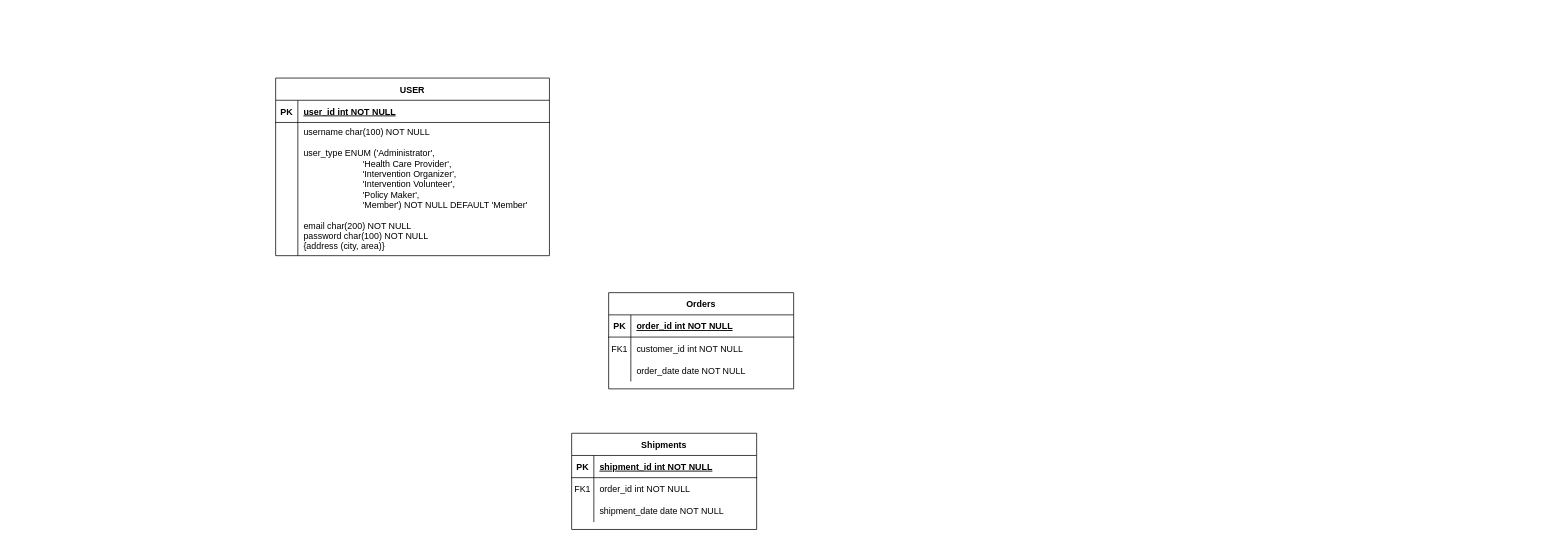
BloodRiver/public-health-interventions keeps this draw.io diagram as EERD.drawio. Above is the earlier version. Source tidied: cells renumbered, new cells numbered last; positions are measured from the earlier drawing's top-left corner, leaving out a move shared by most shapes. Both pictures are drawn from the tidied source at 74%, with x=0, y=0 at pixel (275, 78).
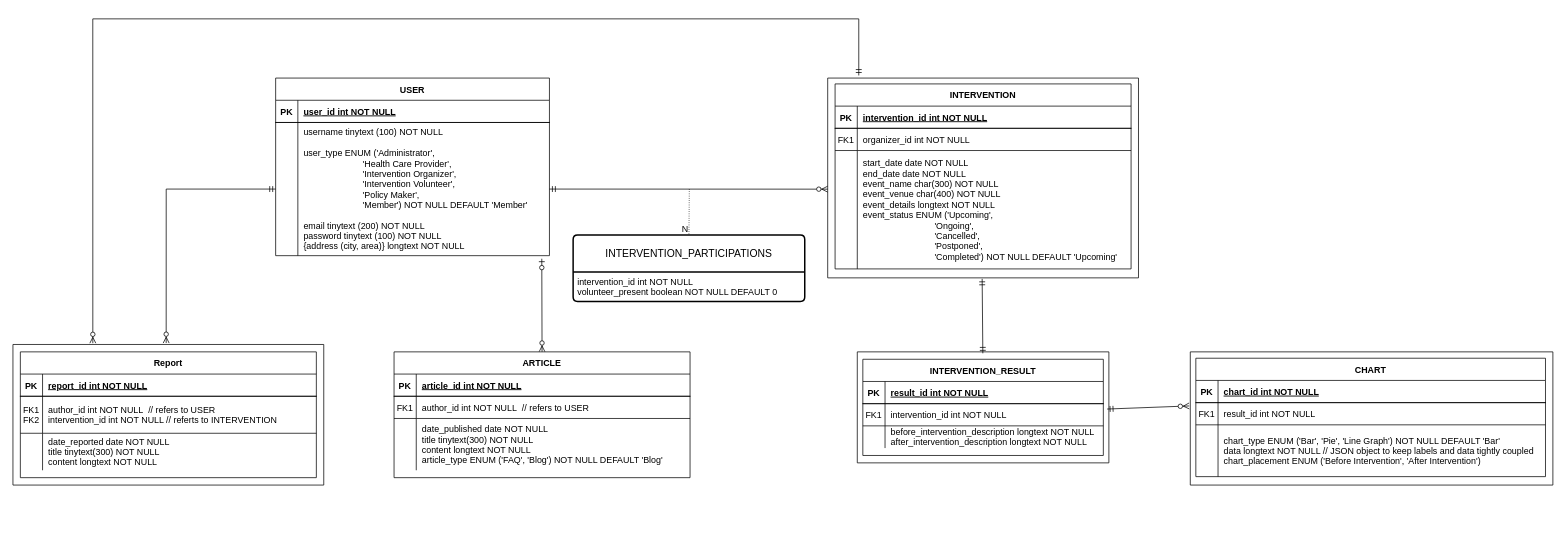
After the change.

What changed in the source:
```diff
@@
+    <mxCell id="22" value="USER" style="shape=table;startSize=30;childLayout=tableLayout;rowLines=1;fontStyle=1;align=center;" parent="1" vertex="1">
+      <mxGeometry width="370" height="240" as="geometry" />
+    </mxCell>
+    <mxCell id="23" style="shape=partialRectangle;fillColor=none;top=0;left=0;right=0;bottom=1;" parent="22" vertex="1">
+      <mxGeometry y="30" width="370" height="30" as="geometry" />
+    </mxCell>
+    <mxCell id="24" value="PK" style="shape=partialRectangle;overflow=hidden;fillColor=none;top=0;left=0;bottom=0;right=0;fontStyle=1;" parent="23" vertex="1">
+      <mxGeometry width="30" height="30" as="geometry" />
+    </mxCell>
+    <mxCell id="25" value="user_id int NOT NULL " style="shape=partialRectangle;overflow=hidden;fillColor=none;top=0;left=0;bottom=0;right=0;align=left;spacingLeft=6;fontStyle=5;" parent="23" vertex="1">
+      <mxGeometry x="30" width="340" height="30" as="geometry" />
+    </mxCell>
+    <mxCell id="26" style="shape=partialRectangle;fillColor=none;points=[[0,0.5],[1,0.5]];portConstraint=eastwest;top=0;left=0;right=0;bottom=0;" parent="22" vertex="1">
+      <mxGeometry y="60" width="370" height="180" as="geometry" />
+    </mxCell>
+    <mxCell id="27" style="shape=partialRectangle;overflow=hidden;fillColor=none;top=0;left=0;bottom=0;right=0;" parent="26" vertex="1">
+      <mxGeometry width="30" height="180" as="geometry" />
+    </mxCell>
+    <mxCell id="28" value="username tinytext (100) NOT NULL&#10;&#10;user_type ENUM ('Administrator',&#10;                        'Health Care Provider',&#10;                        'Intervention Organizer',&#10;                        'Intervention Volunteer',&#10;                        'Policy Maker',&#10;                        'Member') NOT NULL DEFAULT 'Member'&#10;&#10;email tinytext (200) NOT NULL&#10;password tinytext (100) NOT NULL&#10;{address (city, area)} longtext NOT NULL" style="shape=partialRectangle;overflow=hidden;fillColor=none;top=0;left=0;bottom=0;right=0;align=left;spacingLeft=6;" parent="26" vertex="1">
+      <mxGeometry x="30" width="340" height="180" as="geometry" />
+    </mxCell>
+    <mxCell id="29" style="fontSize=12;html=1;endArrow=ERmandOne;startArrow=ERmandOne;rounded=0;entryX=0.497;entryY=1.005;entryDx=0;entryDy=0;entryPerimeter=0;exitX=0.499;exitY=0.013;exitDx=0;exitDy=0;exitPerimeter=0;" parent="1" edge="1" source="34" target="32">
+      <mxGeometry relative="1" as="geometry" />
+    </mxCell>
+    <mxCell id="30" style="fontSize=12;html=1;endArrow=ERzeroToMany;startArrow=ERmandOne;rounded=0;exitX=1;exitY=0.5;exitDx=0;exitDy=0;entryX=0;entryY=0.556;entryDx=0;entryDy=0;entryPerimeter=0;" parent="1" edge="1" source="26" target="32">
+      <mxGeometry relative="1" as="geometry" />
+    </mxCell>
+    <mxCell id="31" style="group;" parent="1" vertex="1">
+      <mxGeometry x="746" width="420" height="270" as="geometry" />
+    </mxCell>
+    <mxCell id="32" style="verticalLabelPosition=bottom;verticalAlign=top;html=1;shape=mxgraph.basic.rect;fillColor2=none;strokeWidth=1;size=20;indent=5;fillColor=none;" parent="31" vertex="1">
+      <mxGeometry width="420" height="270" as="geometry" />
+    </mxCell>
-    <mxCell id="2" value="Orders" style="shape=table;startSize=30;childLayout=tableLayout;rowLines=0;fontStyle=1;align=center;" parent="1" vertex="1">
-      <mxGeometry x="450" y="290" width="250" height="130" as="geometry" />
+    <mxCell id="2" value="INTERVENTION" style="shape=table;startSize=30;childLayout=tableLayout;rowLines=1;fontStyle=1;align=center;strokeColor=default;noLabel=0;" parent="31" vertex="1">
+      <mxGeometry x="10" y="7.9" width="400" height="250" as="geometry" />
     </mxCell>
     <mxCell id="3" style="shape=partialRectangle;fillColor=none;top=0;left=0;right=0;bottom=1;" parent="2" vertex="1">
-      <mxGeometry y="30" width="250" height="30" as="geometry" />
+      <mxGeometry y="30" width="400" height="30" as="geometry" />
     </mxCell>
@@
-    <mxCell id="5" value="order_id int NOT NULL " style="shape=partialRectangle;overflow=hidden;fillColor=none;top=0;left=0;bottom=0;right=0;align=left;spacingLeft=6;fontStyle=5;" parent="3" vertex="1">
-      <mxGeometry x="30" width="220" height="30" as="geometry" />
+    <mxCell id="5" value="intervention_id int NOT NULL " style="shape=partialRectangle;overflow=hidden;fillColor=none;top=0;left=0;bottom=0;right=0;align=left;spacingLeft=6;fontStyle=5;" parent="3" vertex="1">
+      <mxGeometry x="30" width="370" height="30" as="geometry" />
     </mxCell>
     <mxCell id="6" style="shape=partialRectangle;fillColor=none;top=0;left=0;right=0;bottom=0;" parent="2" vertex="1">
-      <mxGeometry y="60" width="250" height="30" as="geometry" />
+      <mxGeometry y="60" width="400" height="30" as="geometry" />
     </mxCell>
@@
-    <mxCell id="8" value="customer_id int NOT NULL" style="shape=partialRectangle;overflow=hidden;fillColor=none;top=0;left=0;bottom=0;right=0;align=left;spacingLeft=6;" parent="6" vertex="1">
-      <mxGeometry x="30" width="220" height="30" as="geometry" />
+    <mxCell id="8" value="organizer_id int NOT NULL" style="shape=partialRectangle;overflow=hidden;fillColor=none;top=0;left=0;bottom=0;right=0;align=left;spacingLeft=6;" parent="6" vertex="1">
+      <mxGeometry x="30" width="370" height="30" as="geometry" />
     </mxCell>
     <mxCell id="9" style="shape=partialRectangle;fillColor=none;top=0;left=0;right=0;bottom=0;" parent="2" vertex="1">
-      <mxGeometry y="90" width="250" height="30" as="geometry" />
+      <mxGeometry y="90" width="400" height="160" as="geometry" />
     </mxCell>
     <mxCell id="10" style="shape=partialRectangle;overflow=hidden;fillColor=none;top=0;left=0;bottom=0;right=0;" parent="9" vertex="1">
-      <mxGeometry width="30" height="30" as="geometry" />
+      <mxGeometry width="30" height="160" as="geometry" />
     </mxCell>
-    <mxCell id="11" value="order_date date NOT NULL" style="shape=partialRectangle;overflow=hidden;fillColor=none;top=0;left=0;bottom=0;right=0;align=left;spacingLeft=6;" parent="9" vertex="1">
-      <mxGeometry x="30" width="220" height="30" as="geometry" />
+    <mxCell id="11" value="start_date date NOT NULL&#10;end_date date NOT NULL&#10;event_name char(300) NOT NULL&#10;event_venue char(400) NOT NULL&#10;event_details longtext NOT NULL&#10;event_status ENUM ('Upcoming',&#10;                             'Ongoing',&#10;                             'Cancelled',&#10;                             'Postponed',&#10;                             'Completed') NOT NULL DEFAULT 'Upcoming'" style="shape=partialRectangle;overflow=hidden;fillColor=none;top=0;left=0;bottom=0;right=0;align=left;spacingLeft=6;" parent="9" vertex="1">
+      <mxGeometry x="30" width="370" height="160" as="geometry" />
     </mxCell>
+    <mxCell id="33" style="group;" parent="1" vertex="1">
+      <mxGeometry x="786" y="370" width="340" height="150" as="geometry" />
+    </mxCell>
+    <mxCell id="34" style="verticalLabelPosition=bottom;verticalAlign=top;html=1;shape=mxgraph.basic.rect;fillColor2=none;strokeWidth=1;size=20;indent=5;fillColor=none;" parent="33" vertex="1">
+      <mxGeometry width="340" height="150" as="geometry" />
+    </mxCell>
-    <mxCell id="12" value="Shipments" style="shape=table;startSize=30;childLayout=tableLayout;rowLines=0;fontStyle=1;align=center;" parent="1" vertex="1">
-      <mxGeometry x="400" y="480" width="250" height="130" as="geometry" />
+    <mxCell id="12" value="INTERVENTION_RESULT" style="shape=table;startSize=30;childLayout=tableLayout;rowLines=1;fontStyle=1;align=center;" parent="33" vertex="1">
+      <mxGeometry x="7.5" y="10" width="325" height="130" as="geometry" />
     </mxCell>
     <mxCell id="13" style="shape=partialRectangle;fillColor=none;top=0;left=0;right=0;bottom=1;" parent="12" vertex="1">
-      <mxGeometry y="30" width="250" height="30" as="geometry" />
+      <mxGeometry y="30" width="325" height="30" as="geometry" />
     </mxCell>
@@
-    <mxCell id="15" value="shipment_id int NOT NULL " style="shape=partialRectangle;overflow=hidden;fillColor=none;top=0;left=0;bottom=0;right=0;align=left;spacingLeft=6;fontStyle=5;" parent="13" vertex="1">
-      <mxGeometry x="30" width="220" height="30" as="geometry" />
+    <mxCell id="15" value="result_id int NOT NULL " style="shape=partialRectangle;overflow=hidden;fillColor=none;top=0;left=0;bottom=0;right=0;align=left;spacingLeft=6;fontStyle=5;" parent="13" vertex="1">
+      <mxGeometry x="30" width="295" height="30" as="geometry" />
     </mxCell>
     <mxCell id="16" style="shape=partialRectangle;fillColor=none;top=0;left=0;right=0;bottom=0;" parent="12" vertex="1">
-      <mxGeometry y="60" width="250" height="30" as="geometry" />
+      <mxGeometry y="60" width="325" height="30" as="geometry" />
     </mxCell>
@@
-    <mxCell id="18" value="order_id int NOT NULL" style="shape=partialRectangle;overflow=hidden;fillColor=none;top=0;left=0;bottom=0;right=0;align=left;spacingLeft=6;" parent="16" vertex="1">
-      <mxGeometry x="30" width="220" height="30" as="geometry" />
+    <mxCell id="18" value="intervention_id int NOT NULL" style="shape=partialRectangle;overflow=hidden;fillColor=none;top=0;left=0;bottom=0;right=0;align=left;spacingLeft=6;" parent="16" vertex="1">
+      <mxGeometry x="30" width="295" height="30" as="geometry" />
     </mxCell>
     <mxCell id="19" style="shape=partialRectangle;fillColor=none;top=0;left=0;right=0;bottom=0;" parent="12" vertex="1">
-      <mxGeometry y="90" width="250" height="30" as="geometry" />
+      <mxGeometry y="90" width="325" height="30" as="geometry" />
     </mxCell>
@@
-    <mxCell id="21" value="shipment_date date NOT NULL" style="shape=partialRectangle;overflow=hidden;fillColor=none;top=0;left=0;bottom=0;right=0;align=left;spacingLeft=6;" parent="19" vertex="1">
-      <mxGeometry x="30" width="220" height="30" as="geometry" />
+    <mxCell id="21" value="before_intervention_description longtext NOT NULL&#10;after_intervention_description longtext NOT NULL" style="shape=partialRectangle;overflow=hidden;fillColor=none;top=0;left=0;bottom=0;right=0;align=left;spacingLeft=6;" parent="19" vertex="1">
+      <mxGeometry x="30" width="295" height="30" as="geometry" />
     </mxCell>
-    <mxCell id="22" value="USER" style="shape=table;startSize=30;childLayout=tableLayout;rowLines=0;fontStyle=1;align=center;" parent="1" vertex="1">
-      <mxGeometry width="370" height="240" as="geometry" />
-    </mxCell>
-    <mxCell id="23" style="shape=partialRectangle;fillColor=none;top=0;left=0;right=0;bottom=1;" parent="22" vertex="1">
-      <mxGeometry y="30" width="370" height="30" as="geometry" />
-    </mxCell>
-    <mxCell id="24" value="PK" style="shape=partialRectangle;overflow=hidden;fillColor=none;top=0;left=0;bottom=0;right=0;fontStyle=1;" parent="23" vertex="1">
-      <mxGeometry width="30" height="30" as="geometry" />
-    </mxCell>
-    <mxCell id="25" value="user_id int NOT NULL " style="shape=partialRectangle;overflow=hidden;fillColor=none;top=0;left=0;bottom=0;right=0;align=left;spacingLeft=6;fontStyle=5;" parent="23" vertex="1">
-      <mxGeometry x="30" width="340" height="30" as="geometry" />
-    </mxCell>
-    <mxCell id="26" style="shape=partialRectangle;fillColor=none;points=[[0,0.5],[1,0.5]];portConstraint=eastwest;top=0;left=0;right=0;bottom=0;" parent="22" vertex="1">
-      <mxGeometry y="60" width="370" height="180" as="geometry" />
-    </mxCell>
-    <mxCell id="27" style="shape=partialRectangle;overflow=hidden;fillColor=none;top=0;left=0;bottom=0;right=0;" parent="26" vertex="1">
-      <mxGeometry width="30" height="180" as="geometry" />
-    </mxCell>
-    <mxCell id="28" value="username char(100) NOT NULL&#10;&#10;user_type ENUM ('Administrator',&#10;                        'Health Care Provider',&#10;                        'Intervention Organizer',&#10;                        'Intervention Volunteer',&#10;                        'Policy Maker',&#10;                        'Member') NOT NULL DEFAULT 'Member'&#10;&#10;email char(200) NOT NULL&#10;password char(100) NOT NULL&#10;{address (city, area)}" style="shape=partialRectangle;overflow=hidden;fillColor=none;top=0;left=0;bottom=0;right=0;align=left;spacingLeft=6;" parent="26" vertex="1">
-      <mxGeometry x="30" width="340" height="180" as="geometry" />
-    </mxCell>
+    <mxCell id="35" style="group;" parent="1" vertex="1">
+      <mxGeometry x="1236" y="370" width="490" height="180" as="geometry" />
+    </mxCell>
+    <mxCell id="36" style="verticalLabelPosition=bottom;verticalAlign=top;html=1;shape=mxgraph.basic.rect;fillColor2=none;strokeWidth=1;size=20;indent=5;fillColor=none;" parent="35" vertex="1">
+      <mxGeometry width="490" height="180" as="geometry" />
+    </mxCell>
+    <mxCell id="37" value="CHART" style="shape=table;startSize=30;childLayout=tableLayout;rowLines=1;fontStyle=1;align=center;" parent="35" vertex="1">
+      <mxGeometry x="7.5" y="8.6" width="472.5" height="160" as="geometry" />
+    </mxCell>
+    <mxCell id="38" style="shape=partialRectangle;fillColor=none;top=0;left=0;right=0;bottom=1;" parent="37" vertex="1">
+      <mxGeometry y="30" width="472.5" height="30" as="geometry" />
+    </mxCell>
+    <mxCell id="39" value="PK" style="shape=partialRectangle;overflow=hidden;fillColor=none;top=0;left=0;bottom=0;right=0;fontStyle=1;" parent="38" vertex="1">
+      <mxGeometry width="30" height="30" as="geometry" />
+    </mxCell>
+    <mxCell id="40" value="chart_id int NOT NULL " style="shape=partialRectangle;overflow=hidden;fillColor=none;top=0;left=0;bottom=0;right=0;align=left;spacingLeft=6;fontStyle=5;" parent="38" vertex="1">
+      <mxGeometry x="30" width="442.5" height="30" as="geometry" />
+    </mxCell>
+    <mxCell id="41" style="shape=partialRectangle;fillColor=none;top=0;left=0;right=0;bottom=0;" parent="37" vertex="1">
+      <mxGeometry y="60" width="472.5" height="30" as="geometry" />
+    </mxCell>
+    <mxCell id="42" value="FK1" style="shape=partialRectangle;overflow=hidden;fillColor=none;top=0;left=0;bottom=0;right=0;" parent="41" vertex="1">
+      <mxGeometry width="30" height="30" as="geometry" />
+    </mxCell>
+    <mxCell id="43" value="result_id int NOT NULL" style="shape=partialRectangle;overflow=hidden;fillColor=none;top=0;left=0;bottom=0;right=0;align=left;spacingLeft=6;" parent="41" vertex="1">
+      <mxGeometry x="30" width="442.5" height="30" as="geometry" />
+    </mxCell>
+    <mxCell id="44" style="shape=partialRectangle;fillColor=none;top=0;left=0;right=0;bottom=0;" parent="37" vertex="1">
+      <mxGeometry y="90" width="472.5" height="70" as="geometry" />
+    </mxCell>
+    <mxCell id="45" style="shape=partialRectangle;overflow=hidden;fillColor=none;top=0;left=0;bottom=0;right=0;" parent="44" vertex="1">
+      <mxGeometry width="30" height="70" as="geometry" />
+    </mxCell>
+    <mxCell id="46" value="chart_type ENUM ('Bar', 'Pie', 'Line Graph') NOT NULL DEFAULT 'Bar'&#10;data longtext NOT NULL // JSON object to keep labels and data tightly coupled&#10;chart_placement ENUM ('Before Intervention', 'After Intervention')" style="shape=partialRectangle;overflow=hidden;fillColor=none;top=0;left=0;bottom=0;right=0;align=left;spacingLeft=6;" parent="44" vertex="1">
+      <mxGeometry x="30" width="442.5" height="70" as="geometry" />
+    </mxCell>
+    <mxCell id="47" style="fontSize=12;html=1;endArrow=ERzeroToMany;startArrow=ERmandOne;rounded=0;exitX=0.993;exitY=0.515;exitDx=0;exitDy=0;exitPerimeter=0;entryX=-0.003;entryY=0.406;entryDx=0;entryDy=0;entryPerimeter=0;" parent="1" edge="1" source="34" target="36">
+      <mxGeometry relative="1" as="geometry" />
+    </mxCell>
+    <mxCell id="48" value="INTERVENTION_PARTICIPATIONS" style="swimlane;horizontal=1;startSize=50;rounded=1;fontSize=14;fontStyle=0;strokeWidth=2;shadow=0;dashed=0;align=center;arcSize=4;whiteSpace=wrap;html=1;" parent="1" vertex="1">
+      <mxGeometry x="402" y="212" width="313" height="90" as="geometry" />
+    </mxCell>
+    <mxCell id="49" value="intervention_id int NOT NULL&lt;div&gt;volunteer_present boolean NOT NULL DEFAULT 0&lt;/div&gt;" style="align=left;strokeColor=none;fillColor=none;spacingLeft=4;fontSize=12;verticalAlign=top;html=1;" parent="48" vertex="1">
+      <mxGeometry y="50" width="313" height="40" as="geometry" />
+    </mxCell>
+    <mxCell id="50" style="endArrow=none;html=1;rounded=0;dashed=1;dashPattern=1 2;entryX=0.5;entryY=0;entryDx=0;entryDy=0;" parent="1" edge="1" target="48">
+      <mxGeometry relative="1" as="geometry">
+        <mxPoint x="559" y="150" as="sourcePoint" />
+      </mxGeometry>
+    </mxCell>
+    <mxCell id="51" value="N" style="html=1;whiteSpace=wrap;align=right;verticalAlign=bottom;" parent="50" vertex="1">
+      <mxGeometry x="1" relative="1" as="geometry" />
+    </mxCell>
+    <mxCell id="52" style="fontSize=12;html=1;endArrow=ERzeroToMany;startArrow=ERzeroToOne;rounded=0;entryX=0.5;entryY=0;entryDx=0;entryDy=0;exitX=0.972;exitY=1.023;exitDx=0;exitDy=0;exitPerimeter=0;" parent="1" edge="1" source="26" target="53">
+      <mxGeometry relative="1" as="geometry" />
+    </mxCell>
+    <mxCell id="53" value="ARTICLE" style="shape=table;startSize=30;childLayout=tableLayout;rowLines=1;fontStyle=1;align=center;strokeColor=default;noLabel=0;" parent="1" vertex="1">
+      <mxGeometry x="160" y="370" width="400" height="170" as="geometry" />
+    </mxCell>
+    <mxCell id="54" style="shape=partialRectangle;fillColor=none;top=0;left=0;right=0;bottom=1;" parent="53" vertex="1">
+      <mxGeometry y="30" width="400" height="30" as="geometry" />
+    </mxCell>
+    <mxCell id="55" value="PK" style="shape=partialRectangle;overflow=hidden;fillColor=none;top=0;left=0;bottom=0;right=0;fontStyle=1;" parent="54" vertex="1">
+      <mxGeometry width="30" height="30" as="geometry" />
+    </mxCell>
+    <mxCell id="56" value="article_id int NOT NULL " style="shape=partialRectangle;overflow=hidden;fillColor=none;top=0;left=0;bottom=0;right=0;align=left;spacingLeft=6;fontStyle=5;" parent="54" vertex="1">
+      <mxGeometry x="30" width="370" height="30" as="geometry" />
+    </mxCell>
+    <mxCell id="57" style="shape=partialRectangle;fillColor=none;top=0;left=0;right=0;bottom=0;" parent="53" vertex="1">
+      <mxGeometry y="60" width="400" height="30" as="geometry" />
+    </mxCell>
+    <mxCell id="58" value="FK1" style="shape=partialRectangle;overflow=hidden;fillColor=none;top=0;left=0;bottom=0;right=0;" parent="57" vertex="1">
+      <mxGeometry width="30" height="30" as="geometry" />
+    </mxCell>
+    <mxCell id="59" value="author_id int NOT NULL  // refers to USER" style="shape=partialRectangle;overflow=hidden;fillColor=none;top=0;left=0;bottom=0;right=0;align=left;spacingLeft=6;" parent="57" vertex="1">
+      <mxGeometry x="30" width="370" height="30" as="geometry" />
+    </mxCell>
+    <mxCell id="60" style="shape=partialRectangle;fillColor=none;top=0;left=0;right=0;bottom=0;" parent="53" vertex="1">
+      <mxGeometry y="90" width="400" height="70" as="geometry" />
+    </mxCell>
+    <mxCell id="61" style="shape=partialRectangle;overflow=hidden;fillColor=none;top=0;left=0;bottom=0;right=0;" parent="60" vertex="1">
+      <mxGeometry width="30" height="70" as="geometry" />
+    </mxCell>
+    <mxCell id="62" value="date_published date NOT NULL&#10;title tinytext(300) NOT NULL&#10;content longtext NOT NULL&#10;article_type ENUM ('FAQ', 'Blog') NOT NULL DEFAULT 'Blog'" style="shape=partialRectangle;overflow=hidden;fillColor=none;top=0;left=0;bottom=0;right=0;align=left;spacingLeft=6;" parent="60" vertex="1">
+      <mxGeometry x="30" width="370" height="70" as="geometry" />
+    </mxCell>
+    <mxCell id="63" style="group;" parent="1" vertex="1">
+      <mxGeometry x="-355" y="360" width="420" height="190" as="geometry" />
+    </mxCell>
+    <mxCell id="64" style="verticalLabelPosition=bottom;verticalAlign=top;html=1;shape=mxgraph.basic.rect;fillColor2=none;strokeWidth=1;size=20;indent=5;fillColor=none;" parent="63" vertex="1">
+      <mxGeometry width="420" height="190" as="geometry" />
+    </mxCell>
+    <mxCell id="65" value="Report" style="shape=table;startSize=30;childLayout=tableLayout;rowLines=1;fontStyle=1;align=center;strokeColor=default;noLabel=0;" parent="63" vertex="1">
+      <mxGeometry x="10" y="10" width="400" height="170" as="geometry" />
+    </mxCell>
+    <mxCell id="66" style="shape=partialRectangle;fillColor=none;top=0;left=0;right=0;bottom=1;" parent="65" vertex="1">
+      <mxGeometry y="30" width="400" height="30" as="geometry" />
+    </mxCell>
+    <mxCell id="67" value="PK" style="shape=partialRectangle;overflow=hidden;fillColor=none;top=0;left=0;bottom=0;right=0;fontStyle=1;" parent="66" vertex="1">
+      <mxGeometry width="30" height="30" as="geometry" />
+    </mxCell>
+    <mxCell id="68" value="report_id int NOT NULL " style="shape=partialRectangle;overflow=hidden;fillColor=none;top=0;left=0;bottom=0;right=0;align=left;spacingLeft=6;fontStyle=5;" parent="66" vertex="1">
+      <mxGeometry x="30" width="370" height="30" as="geometry" />
+    </mxCell>
+    <mxCell id="69" style="shape=partialRectangle;fillColor=none;top=0;left=0;right=0;bottom=0;" parent="65" vertex="1">
+      <mxGeometry y="60" width="400" height="50" as="geometry" />
+    </mxCell>
+    <mxCell id="70" value="FK1&#10;FK2" style="shape=partialRectangle;overflow=hidden;fillColor=none;top=0;left=0;bottom=0;right=0;" parent="69" vertex="1">
+      <mxGeometry width="30" height="50" as="geometry" />
+    </mxCell>
+    <mxCell id="71" value="author_id int NOT NULL  // refers to USER&#10;intervention_id int NOT NULL // referts to INTERVENTION" style="shape=partialRectangle;overflow=hidden;fillColor=none;top=0;left=0;bottom=0;right=0;align=left;spacingLeft=6;" parent="69" vertex="1">
+      <mxGeometry x="30" width="370" height="50" as="geometry" />
+    </mxCell>
+    <mxCell id="72" style="shape=partialRectangle;fillColor=none;top=0;left=0;right=0;bottom=0;" parent="65" vertex="1">
+      <mxGeometry y="110" width="400" height="50" as="geometry" />
+    </mxCell>
+    <mxCell id="73" style="shape=partialRectangle;overflow=hidden;fillColor=none;top=0;left=0;bottom=0;right=0;" parent="72" vertex="1">
+      <mxGeometry width="30" height="50" as="geometry" />
+    </mxCell>
+    <mxCell id="74" value="date_reported date NOT NULL&#10;title tinytext(300) NOT NULL&#10;content longtext NOT NULL" style="shape=partialRectangle;overflow=hidden;fillColor=none;top=0;left=0;bottom=0;right=0;align=left;spacingLeft=6;" parent="72" vertex="1">
+      <mxGeometry x="30" width="370" height="50" as="geometry" />
+    </mxCell>
+    <mxCell id="75" style="edgeStyle=orthogonalEdgeStyle;fontSize=12;html=1;endArrow=ERzeroToMany;startArrow=ERmandOne;rounded=0;exitX=0;exitY=0.5;exitDx=0;exitDy=0;entryX=0.493;entryY=-0.01;entryDx=0;entryDy=0;entryPerimeter=0;" parent="1" edge="1" source="26" target="64">
+      <mxGeometry relative="1" as="geometry" />
+    </mxCell>
+    <mxCell id="76" style="edgeStyle=orthogonalEdgeStyle;fontSize=12;html=1;endArrow=ERzeroToMany;startArrow=ERmandOne;rounded=0;exitX=0.1;exitY=-0.013;exitDx=0;exitDy=0;entryX=0.257;entryY=-0.009;entryDx=0;entryDy=0;entryPerimeter=0;exitPerimeter=0;" parent="1" edge="1" source="32" target="64">
+      <mxGeometry relative="1" as="geometry">
+        <Array as="points">
+          <mxPoint x="788" y="-80" />
+          <mxPoint x="-247" y="-80" />
+        </Array>
+      </mxGeometry>
+    </mxCell>
```
